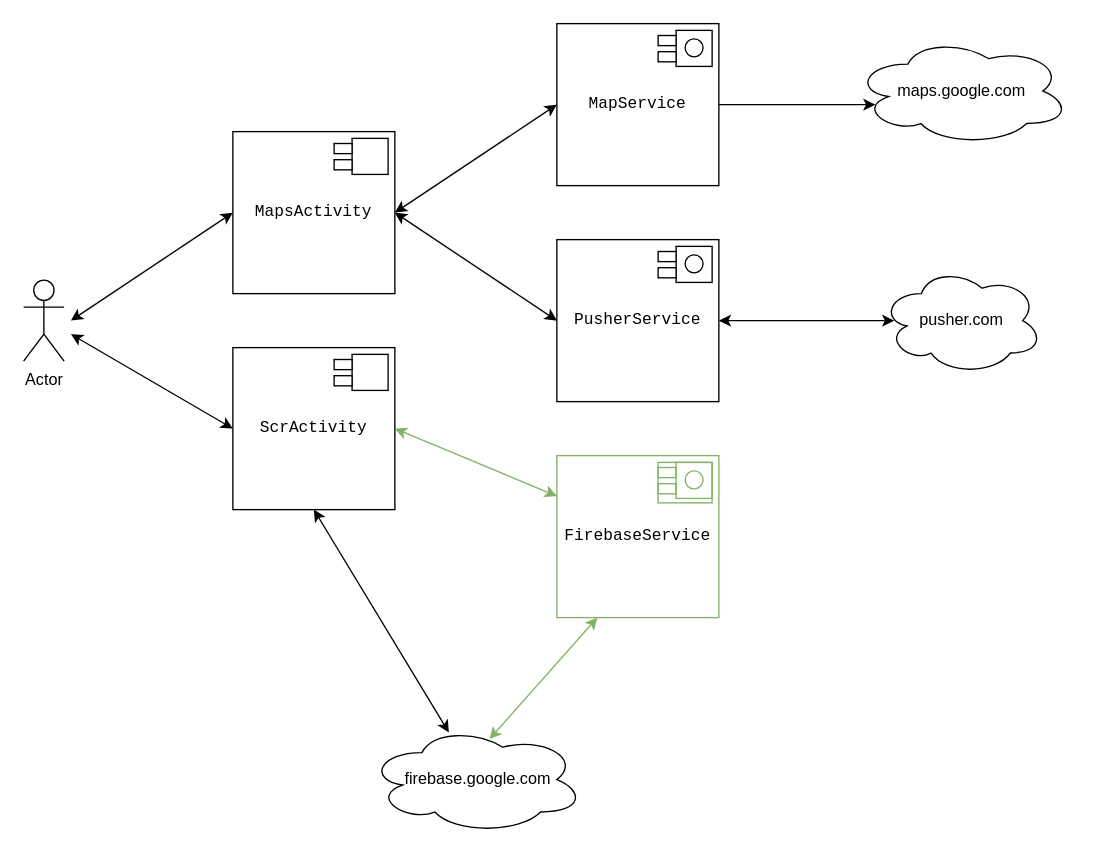
This is page "DeviceComponent" (3 of 3) of Architecture.drawio from PhoenixVRN/Mafia, a draw.io file, before an edit. Source tidied: cells renumbered, new cells numbered last; positions are measured from the earlier drawing's top-left corner, leaving out a move shared by most shapes. Both pictures are drawn from the tidied source at 135%, with x=0, y=0 at pixel (23, 23).
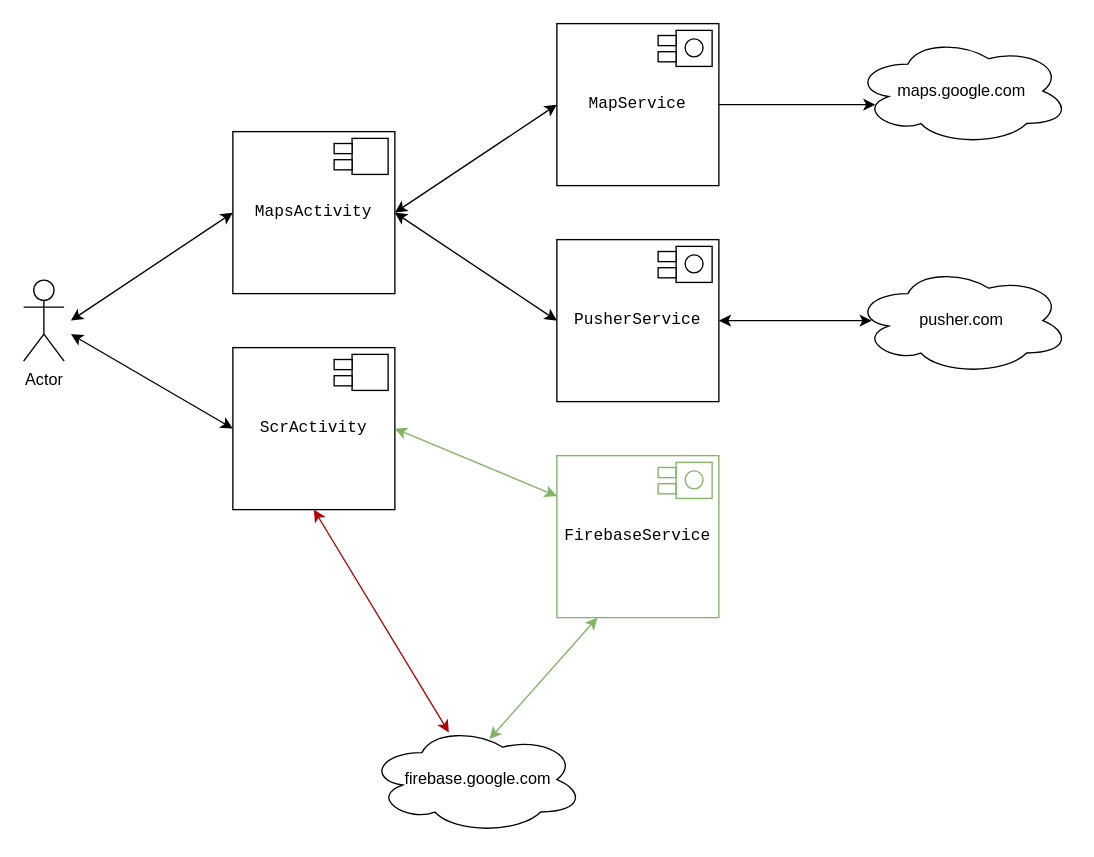
Above is the later version.

Unchanged cells that the change refers to:
```xml
<mxCell id="8" value="&lt;pre style=&quot;background-color: #ffffff ; color: #080808 ; font-family: &amp;#34;consolas&amp;#34; , monospace ; font-size: 9 8pt&quot;&gt;&lt;pre style=&quot;font-family: &amp;#34;consolas&amp;#34; , monospace&quot;&gt;&lt;span style=&quot;color: #000000&quot;&gt;ScrActivity&lt;/span&gt;&lt;/pre&gt;&lt;/pre&gt;" style="rounded=0;whiteSpace=wrap;html=1;" parent="1" vertex="1">
  <mxGeometry x="155" y="240" width="120" height="120" as="geometry" />
</mxCell>
<mxCell id="40" value="&amp;nbsp;firebase.google.com" style="ellipse;shape=cloud;whiteSpace=wrap;html=1;" parent="1" vertex="1">
  <mxGeometry x="255" y="520" width="160" height="80" as="geometry" />
</mxCell>
```

What changed in the source:
```diff
@@
     <mxCell id="29" value="pusher.com" style="ellipse;shape=cloud;whiteSpace=wrap;html=1;" parent="1" vertex="1">
-      <mxGeometry x="635" y="180" width="120" height="80" as="geometry" />
+      <mxGeometry x="615" y="180" width="160" height="80" as="geometry" />
     </mxCell>
@@
-    <mxCell id="34" style="group;strokeColor=#82b366;" parent="1" vertex="1">
+    <mxCell id="34" style="group;" parent="1" vertex="1">
       <mxGeometry x="470" y="325" width="40" height="30" as="geometry" />
     </mxCell>
@@
-    <mxCell id="41" style="endArrow=classic;startArrow=classic;html=1;entryX=0.5;entryY=1;entryDx=0;entryDy=0;exitX=0.375;exitY=0.063;exitDx=0;exitDy=0;exitPerimeter=0;" parent="1" edge="1" source="40" target="8">
+    <mxCell id="41" style="endArrow=classic;startArrow=classic;html=1;entryX=0.5;entryY=1;entryDx=0;entryDy=0;exitX=0.375;exitY=0.063;exitDx=0;exitDy=0;exitPerimeter=0;fillColor=#e51400;strokeColor=#B20000;" parent="1" edge="1" source="40" target="8">
       <mxGeometry relative="1" as="geometry" />
     </mxCell>
```
